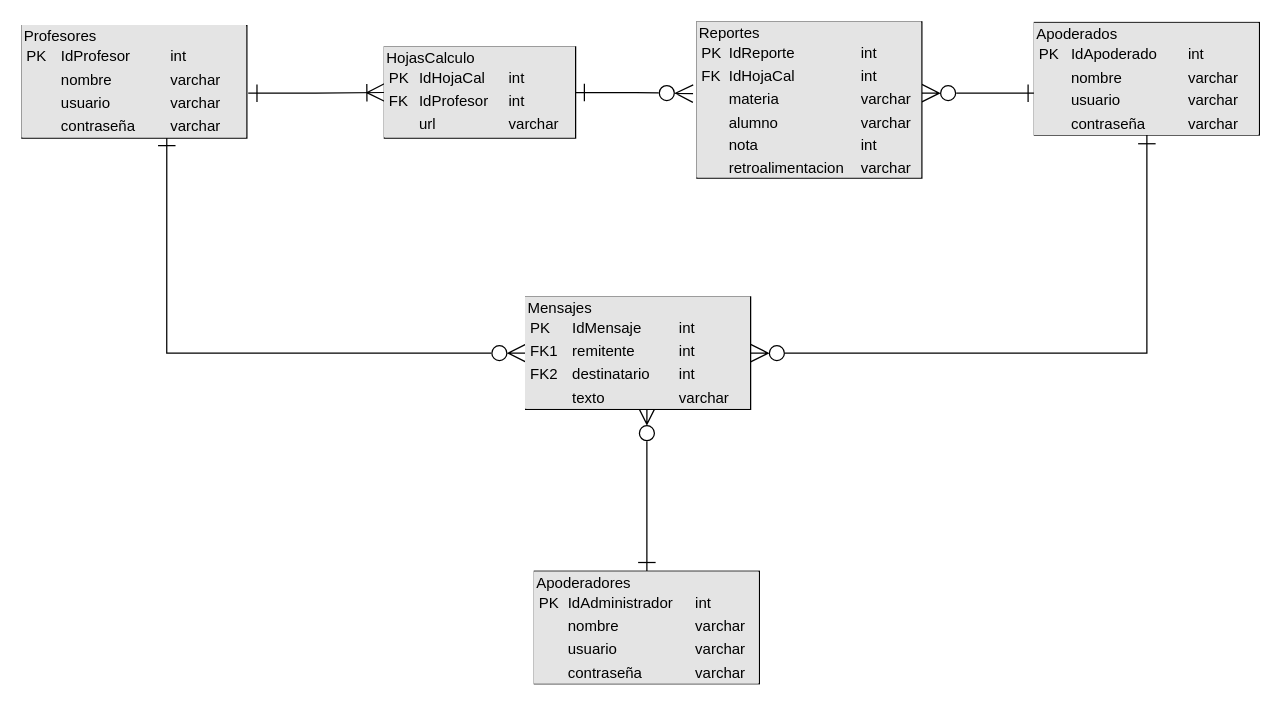
KeiKurono96/ProyPes keeps this draw.io diagram as page "E-R" (3 of 4) of CasosUsoAjs.drawio. Above is the earlier version. Source tidied: cells renumbered, new cells numbered last; positions are measured from the earlier drawing's top-left corner, leaving out a move shared by most shapes. Both pictures are drawn from the tidied source at 125%, with x=0, y=0 at pixel (21, 21).
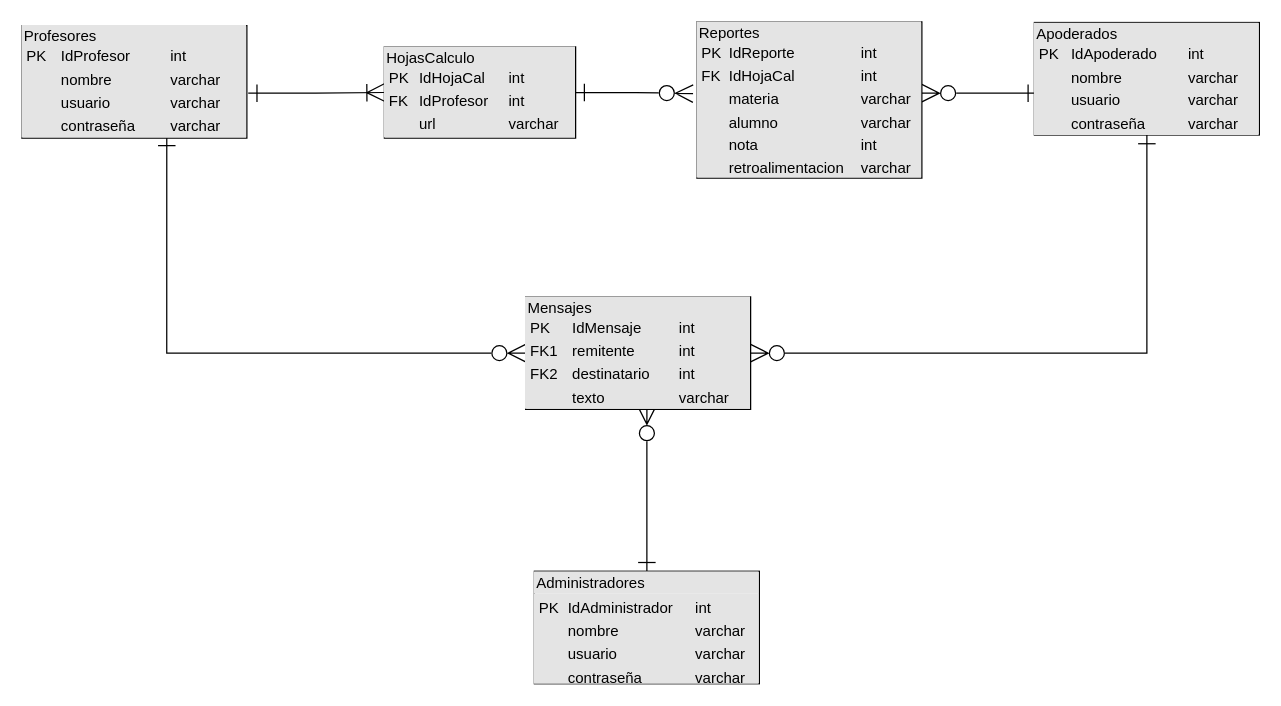
The same page after the edit.

What changed in the source:
```diff
@@
 <mxGraphModel>
   <root>
     <mxCell id="0" />
     <mxCell id="1" parent="0" />
     <mxCell id="2" style="edgeStyle=orthogonalEdgeStyle;rounded=0;jettySize=auto;html=1;endArrow=ERzeroToMany;endFill=0;exitX=0.5;exitY=0;exitDx=0;exitDy=0;entryX=0.539;entryY=0.978;entryDx=0;entryDy=0;entryPerimeter=0;startArrow=ERone;startFill=0;endSize=12;startSize=12;" parent="1" edge="1" source="12" target="13">
       <mxGeometry relative="1" as="geometry" />
     </mxCell>
     <mxCell id="3" style="edgeStyle=orthogonalEdgeStyle;rounded=0;jettySize=auto;html=1;endArrow=ERone;endFill=0;entryX=0.644;entryY=0.989;entryDx=0;entryDy=0;entryPerimeter=0;exitX=0;exitY=0.5;exitDx=0;exitDy=0;startArrow=ERzeroToMany;startFill=0;endSize=12;startSize=12;" parent="1" edge="1" source="13" target="8">
       <mxGeometry relative="1" as="geometry" />
     </mxCell>
     <mxCell id="4" style="edgeStyle=orthogonalEdgeStyle;rounded=0;jettySize=auto;html=1;entryX=0;entryY=0.5;entryDx=0;entryDy=0;endArrow=ERoneToMany;endFill=0;exitX=1.006;exitY=0.6;exitDx=0;exitDy=0;exitPerimeter=0;startArrow=ERone;startFill=0;sourcePerimeterSpacing=0;startSize=12;endSize=12;" parent="1" edge="1" source="8" target="9">
       <mxGeometry relative="1" as="geometry" />
     </mxCell>
     <mxCell id="5" style="edgeStyle=orthogonalEdgeStyle;rounded=0;jettySize=auto;html=1;exitX=1;exitY=0.5;exitDx=0;exitDy=0;entryX=-0.017;entryY=0.459;entryDx=0;entryDy=0;endArrow=ERzeroToMany;endFill=0;entryPerimeter=0;startArrow=ERone;startFill=0;endSize=12;startSize=12;" parent="1" edge="1" source="9" target="10">
       <mxGeometry relative="1" as="geometry" />
     </mxCell>
     <mxCell id="6" style="edgeStyle=orthogonalEdgeStyle;rounded=0;jettySize=auto;html=1;entryX=0.011;entryY=0.628;entryDx=0;entryDy=0;endArrow=ERone;endFill=0;exitX=1;exitY=0.456;exitDx=0;exitDy=0;exitPerimeter=0;entryPerimeter=0;startArrow=ERzeroToMany;startFill=0;endSize=12;startSize=12;" parent="1" edge="1" source="10" target="11">
       <mxGeometry relative="1" as="geometry" />
     </mxCell>
     <mxCell id="7" style="edgeStyle=orthogonalEdgeStyle;rounded=0;jettySize=auto;html=1;endArrow=ERone;endFill=0;entryX=0.5;entryY=1;entryDx=0;entryDy=0;exitX=1;exitY=0.5;exitDx=0;exitDy=0;startArrow=ERzeroToMany;startFill=0;endSize=12;startSize=12;" parent="1" edge="1" source="13" target="11">
       <mxGeometry relative="1" as="geometry" />
     </mxCell>
     <mxCell id="8" value="&lt;div style=&quot;box-sizing:border-box;width:100%;background:#e4e4e4;padding:2px;&quot;&gt;Profesores&lt;table style=&quot;background-color: initial; font-size: 1em; width: 100%;&quot; cellpadding=&quot;2&quot; cellspacing=&quot;0&quot;&gt;&lt;tbody&gt;&lt;tr&gt;&lt;td&gt;PK&lt;/td&gt;&lt;td&gt;IdProfesor&lt;/td&gt;&lt;td&gt;int&lt;/td&gt;&lt;/tr&gt;&lt;tr&gt;&lt;td&gt;&lt;br&gt;&lt;/td&gt;&lt;td&gt;nombre&lt;/td&gt;&lt;td&gt;varchar&lt;/td&gt;&lt;/tr&gt;&lt;tr&gt;&lt;td&gt;&lt;br&gt;&lt;/td&gt;&lt;td&gt;usuario&lt;br&gt;&lt;/td&gt;&lt;td&gt;varchar&lt;/td&gt;&lt;/tr&gt;&lt;tr&gt;&lt;td&gt;&lt;br&gt;&lt;/td&gt;&lt;td&gt;contraseña&lt;/td&gt;&lt;td&gt;varchar&lt;/td&gt;&lt;/tr&gt;&lt;/tbody&gt;&lt;/table&gt;&lt;/div&gt;" style="verticalAlign=top;align=left;overflow=fill;html=1;whiteSpace=wrap;" parent="1" vertex="1">
       <mxGeometry y="3" width="180" height="90" as="geometry" />
     </mxCell>
     <mxCell id="9" value="&lt;div style=&quot;box-sizing:border-box;width:100%;background:#e4e4e4;padding:2px;&quot;&gt;HojasCalculo&lt;table style=&quot;background-color: initial; font-size: 1em; width: 100%;&quot; cellpadding=&quot;2&quot; cellspacing=&quot;0&quot;&gt;&lt;tbody&gt;&lt;tr&gt;&lt;td&gt;PK&lt;/td&gt;&lt;td&gt;IdHojaCal&lt;/td&gt;&lt;td&gt;int&lt;/td&gt;&lt;/tr&gt;&lt;tr&gt;&lt;td&gt;FK&lt;/td&gt;&lt;td&gt;IdProfesor&lt;/td&gt;&lt;td&gt;int&lt;/td&gt;&lt;/tr&gt;&lt;tr&gt;&lt;td&gt;&lt;br&gt;&lt;/td&gt;&lt;td&gt;url&lt;/td&gt;&lt;td&gt;varchar&lt;/td&gt;&lt;/tr&gt;&lt;/tbody&gt;&lt;/table&gt;&lt;/div&gt;" style="verticalAlign=top;align=left;overflow=fill;html=1;whiteSpace=wrap;" parent="1" vertex="1">
       <mxGeometry x="290" y="20" width="153" height="73" as="geometry" />
     </mxCell>
     <mxCell id="10" value="&lt;div style=&quot;box-sizing:border-box;width:100%;background:#e4e4e4;padding:2px;&quot;&gt;Reportes&lt;table style=&quot;background-color: initial; font-size: 1em; width: 100%;&quot; cellpadding=&quot;2&quot; cellspacing=&quot;0&quot;&gt;&lt;tbody&gt;&lt;tr&gt;&lt;td&gt;PK&lt;/td&gt;&lt;td&gt;IdReporte&lt;/td&gt;&lt;td&gt;int&lt;/td&gt;&lt;/tr&gt;&lt;tr&gt;&lt;td&gt;FK&lt;/td&gt;&lt;td&gt;IdHojaCal&lt;/td&gt;&lt;td&gt;int&lt;/td&gt;&lt;/tr&gt;&lt;tr&gt;&lt;td&gt;&lt;br&gt;&lt;/td&gt;&lt;td&gt;materia&lt;/td&gt;&lt;td&gt;varchar&lt;/td&gt;&lt;/tr&gt;&lt;tr&gt;&lt;td&gt;&lt;br&gt;&lt;/td&gt;&lt;td&gt;alumno&lt;br&gt;&lt;/td&gt;&lt;td&gt;varchar&lt;/td&gt;&lt;/tr&gt;&lt;tr&gt;&lt;td&gt;&lt;br&gt;&lt;/td&gt;&lt;td&gt;nota&lt;/td&gt;&lt;td&gt;int&lt;/td&gt;&lt;/tr&gt;&lt;tr&gt;&lt;td&gt;&lt;br&gt;&lt;/td&gt;&lt;td&gt;retroalimentacion&lt;/td&gt;&lt;td&gt;varchar&lt;/td&gt;&lt;/tr&gt;&lt;/tbody&gt;&lt;/table&gt;&lt;/div&gt;" style="verticalAlign=top;align=left;overflow=fill;html=1;whiteSpace=wrap;" parent="1" vertex="1">
       <mxGeometry x="540" width="180" height="125" as="geometry" />
     </mxCell>
     <mxCell id="11" value="&lt;div style=&quot;box-sizing:border-box;width:100%;background:#e4e4e4;padding:2px;&quot;&gt;Apoderados&lt;table style=&quot;background-color: initial; font-size: 1em; width: 100%;&quot; cellpadding=&quot;2&quot; cellspacing=&quot;0&quot;&gt;&lt;tbody&gt;&lt;tr&gt;&lt;td&gt;PK&lt;/td&gt;&lt;td&gt;IdApoderado&lt;/td&gt;&lt;td&gt;int&lt;/td&gt;&lt;/tr&gt;&lt;tr&gt;&lt;td&gt;&lt;br&gt;&lt;/td&gt;&lt;td&gt;nombre&lt;/td&gt;&lt;td&gt;varchar&lt;/td&gt;&lt;/tr&gt;&lt;tr&gt;&lt;td&gt;&lt;br&gt;&lt;/td&gt;&lt;td&gt;usuario&lt;br&gt;&lt;/td&gt;&lt;td&gt;varchar&lt;/td&gt;&lt;/tr&gt;&lt;tr&gt;&lt;td&gt;&lt;br&gt;&lt;/td&gt;&lt;td&gt;contraseña&lt;/td&gt;&lt;td&gt;varchar&lt;/td&gt;&lt;/tr&gt;&lt;/tbody&gt;&lt;/table&gt;&lt;/div&gt;" style="verticalAlign=top;align=left;overflow=fill;html=1;whiteSpace=wrap;" parent="1" vertex="1">
       <mxGeometry x="810" y="0.5" width="180" height="90" as="geometry" />
     </mxCell>
-    <mxCell id="12" value="&lt;div style=&quot;box-sizing:border-box;width:100%;background:#e4e4e4;padding:2px;&quot;&gt;Apoderadores&lt;table style=&quot;background-color: initial; font-size: 1em; width: 100%;&quot; cellpadding=&quot;2&quot; cellspacing=&quot;0&quot;&gt;&lt;tbody&gt;&lt;tr&gt;&lt;td&gt;PK&lt;/td&gt;&lt;td&gt;IdAdministrador&lt;/td&gt;&lt;td&gt;int&lt;/td&gt;&lt;/tr&gt;&lt;tr&gt;&lt;td&gt;&lt;br&gt;&lt;/td&gt;&lt;td&gt;nombre&lt;/td&gt;&lt;td&gt;varchar&lt;/td&gt;&lt;/tr&gt;&lt;tr&gt;&lt;td&gt;&lt;br&gt;&lt;/td&gt;&lt;td&gt;usuario&lt;br&gt;&lt;/td&gt;&lt;td&gt;varchar&lt;/td&gt;&lt;/tr&gt;&lt;tr&gt;&lt;td&gt;&lt;br&gt;&lt;/td&gt;&lt;td&gt;contraseña&lt;/td&gt;&lt;td&gt;varchar&lt;/td&gt;&lt;/tr&gt;&lt;/tbody&gt;&lt;/table&gt;&lt;/div&gt;" style="verticalAlign=top;align=left;overflow=fill;html=1;whiteSpace=wrap;" parent="1" vertex="1">
+    <mxCell id="12" value="&lt;div style=&quot;box-sizing:border-box;width:100%;background:#e4e4e4;padding:2px;&quot;&gt;Administradores&lt;/div&gt;&lt;div style=&quot;box-sizing:border-box;width:100%;background:#e4e4e4;padding:2px;&quot;&gt;&lt;table style=&quot;background-color: initial; font-size: 1em; width: 100%;&quot; cellpadding=&quot;2&quot; cellspacing=&quot;0&quot;&gt;&lt;tbody&gt;&lt;tr&gt;&lt;td&gt;PK&lt;/td&gt;&lt;td&gt;IdAdministrador&lt;/td&gt;&lt;td&gt;int&lt;/td&gt;&lt;/tr&gt;&lt;tr&gt;&lt;td&gt;&lt;br&gt;&lt;/td&gt;&lt;td&gt;nombre&lt;/td&gt;&lt;td&gt;varchar&lt;/td&gt;&lt;/tr&gt;&lt;tr&gt;&lt;td&gt;&lt;br&gt;&lt;/td&gt;&lt;td&gt;usuario&lt;br&gt;&lt;/td&gt;&lt;td&gt;varchar&lt;/td&gt;&lt;/tr&gt;&lt;tr&gt;&lt;td&gt;&lt;br&gt;&lt;/td&gt;&lt;td&gt;contraseña&lt;/td&gt;&lt;td&gt;varchar&lt;/td&gt;&lt;/tr&gt;&lt;/tbody&gt;&lt;/table&gt;&lt;/div&gt;" style="verticalAlign=top;align=left;overflow=fill;html=1;whiteSpace=wrap;" parent="1" vertex="1">
       <mxGeometry x="410" y="439.5" width="180" height="90" as="geometry" />
     </mxCell>
     <mxCell id="13" value="&lt;div style=&quot;box-sizing:border-box;width:100%;background:#e4e4e4;padding:2px;&quot;&gt;Mensajes&lt;table style=&quot;background-color: initial; font-size: 1em; width: 100%;&quot; cellpadding=&quot;2&quot; cellspacing=&quot;0&quot;&gt;&lt;tbody&gt;&lt;tr&gt;&lt;td&gt;PK&lt;/td&gt;&lt;td&gt;IdMensaje&lt;/td&gt;&lt;td&gt;int&lt;/td&gt;&lt;/tr&gt;&lt;tr&gt;&lt;td&gt;FK1&lt;/td&gt;&lt;td&gt;remitente&lt;/td&gt;&lt;td&gt;int&lt;/td&gt;&lt;/tr&gt;&lt;tr&gt;&lt;td&gt;FK2&lt;/td&gt;&lt;td&gt;destinatario&lt;br&gt;&lt;/td&gt;&lt;td&gt;int&lt;/td&gt;&lt;/tr&gt;&lt;tr&gt;&lt;td&gt;&lt;br&gt;&lt;/td&gt;&lt;td&gt;texto&lt;/td&gt;&lt;td&gt;varchar&lt;/td&gt;&lt;/tr&gt;&lt;/tbody&gt;&lt;/table&gt;&lt;/div&gt;" style="verticalAlign=top;align=left;overflow=fill;html=1;whiteSpace=wrap;" parent="1" vertex="1">
       <mxGeometry x="403" y="220" width="180" height="90" as="geometry" />
     </mxCell>
   </root>
 </mxGraphModel>
```
